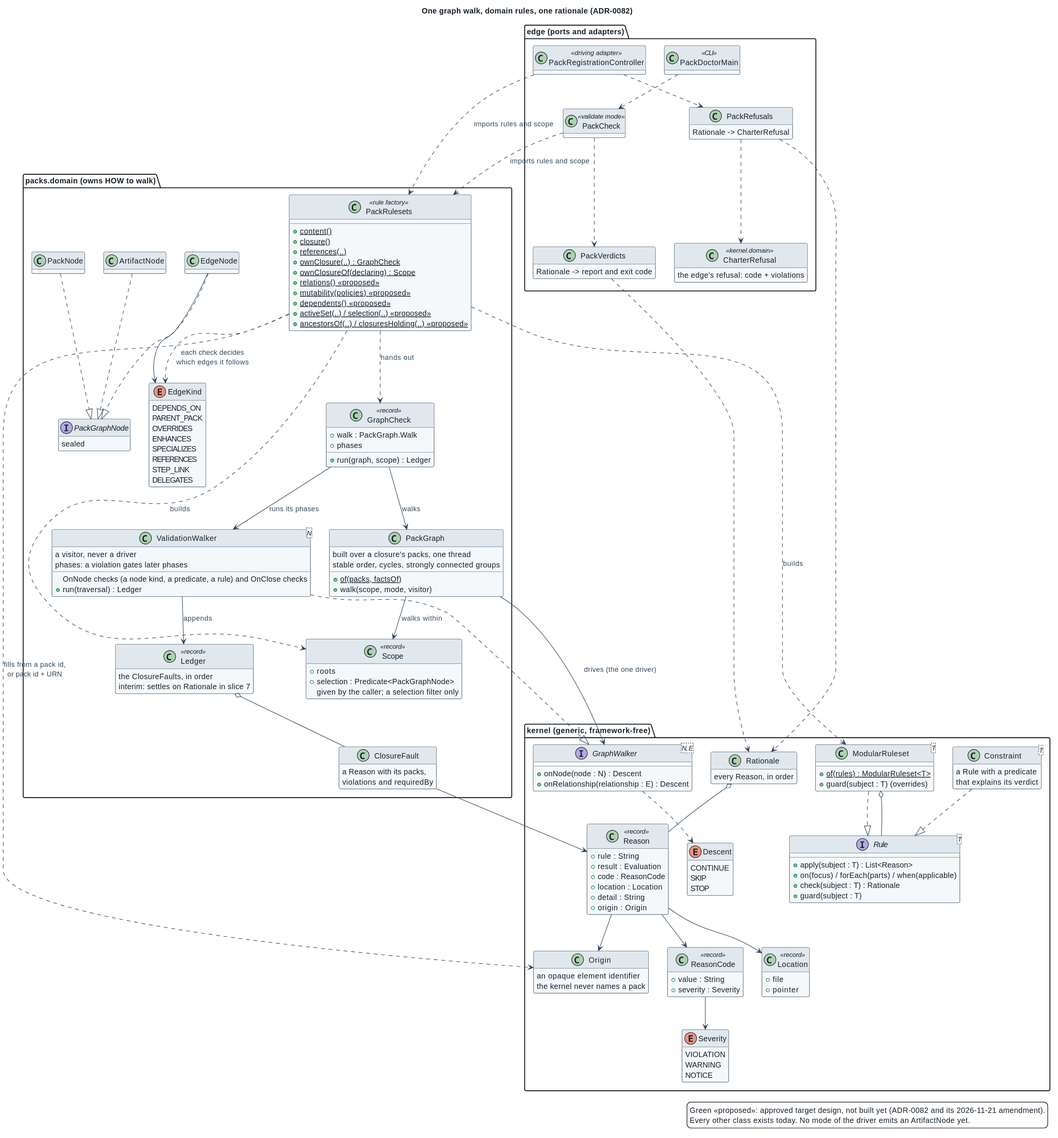
Before: docs/architecture/diagrams/graph-walk-classes.svg, a diagram exported from PlantUML (spec-kitty/spec-kitty-charter).
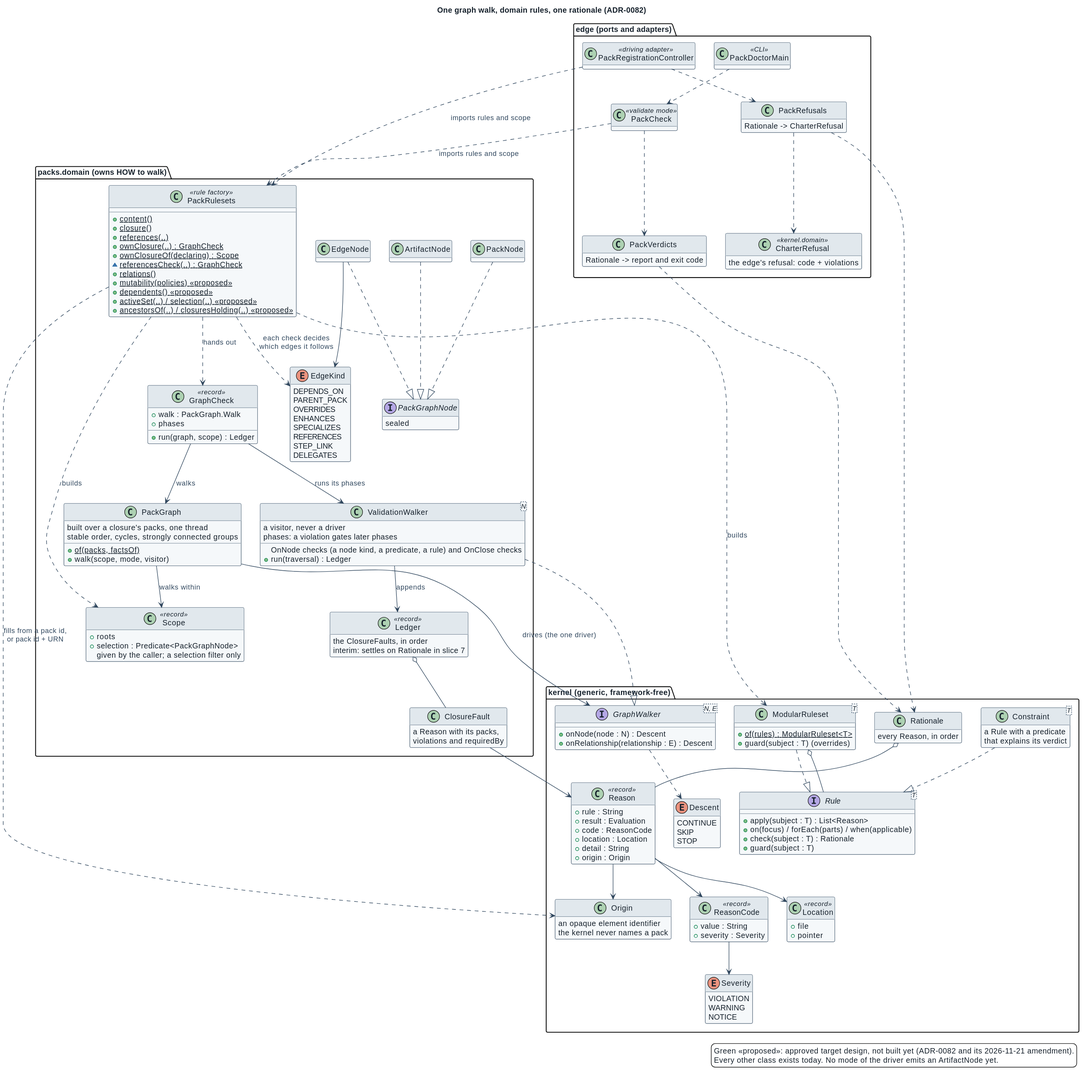
After the commit.

Commit message:
docs: fold the WP07 review: the new exception, the scope and the class diagram (#639)

Diff of the diagram source:
```diff
@@ -121,7 +121,8 @@
     + {static} references(..)
     + {static} ownClosure(..) : GraphCheck
     + {static} ownClosureOf(declaring) : Scope
-    + {static} relations() <<proposed>>
+    ~ {static} referencesCheck(..) : GraphCheck
+    + {static} relations()
     + {static} mutability(policies) <<proposed>>
     + {static} dependents() <<proposed>>
     + {static} activeSet(..) / selection(..) <<proposed>>
```
